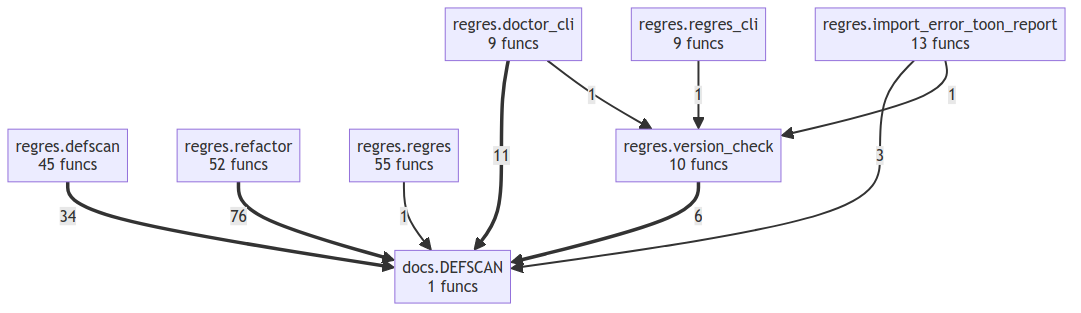
semcod/regres keeps this Mermaid diagram as project/compact_flow.png. Above is the earlier version. Its source is kept beside it as project/compact_flow.mmd.
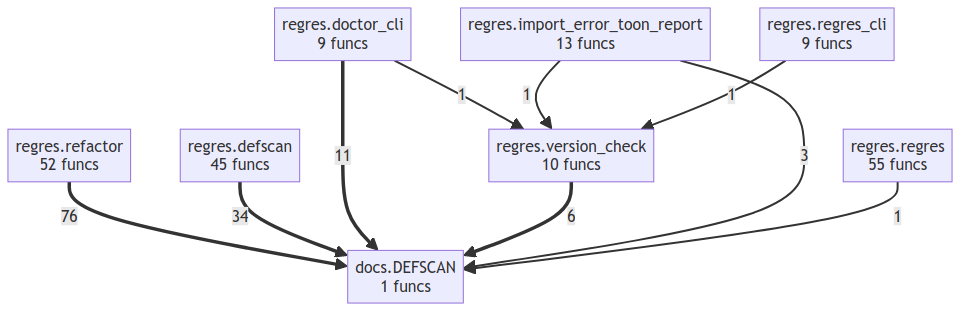
Above is the later version.

Diff of the diagram source:
```diff
@@ -13,6 +13,6 @@
     regres__version_check ==>|6| docs__DEFSCAN
     regres__import_error_toon_report -->|3| docs__DEFSCAN
     regres__regres -->|1| docs__DEFSCAN
+    regres__doctor_cli -->|1| regres__version_check
     regres__import_error_toon_report -->|1| regres__version_check
     regres__regres_cli -->|1| regres__version_check
-    regres__doctor_cli -->|1| regres__version_check
```
